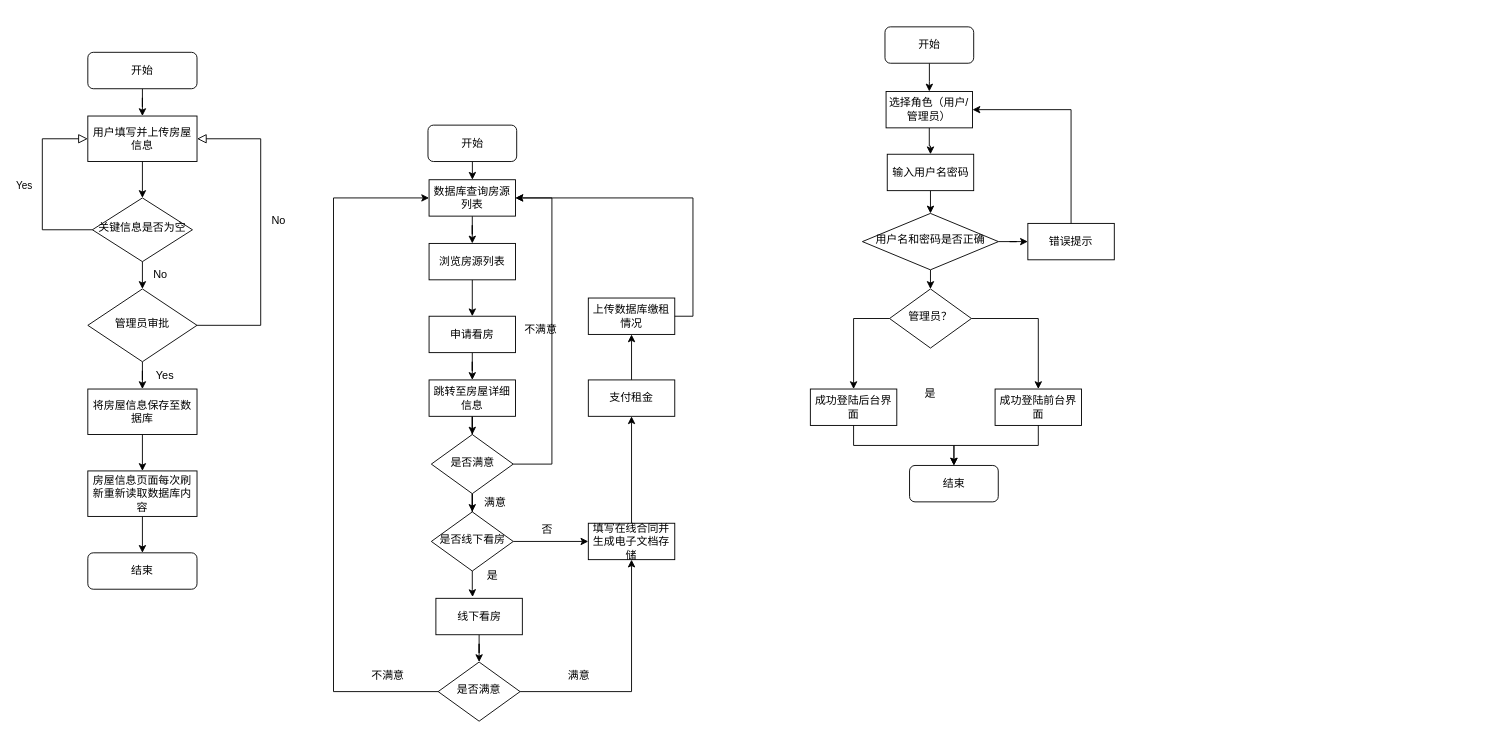
Before: views/未命名绘图.drawio in waittinging/ceshi, a draw.io diagram. Source tidied: cells renumbered, new cells numbered last; positions are measured from the earlier drawing's top-left corner, leaving out a move shared by most shapes. Both pictures are drawn from the tidied source at 91%, with x=0, y=0 at pixel (42, 26).
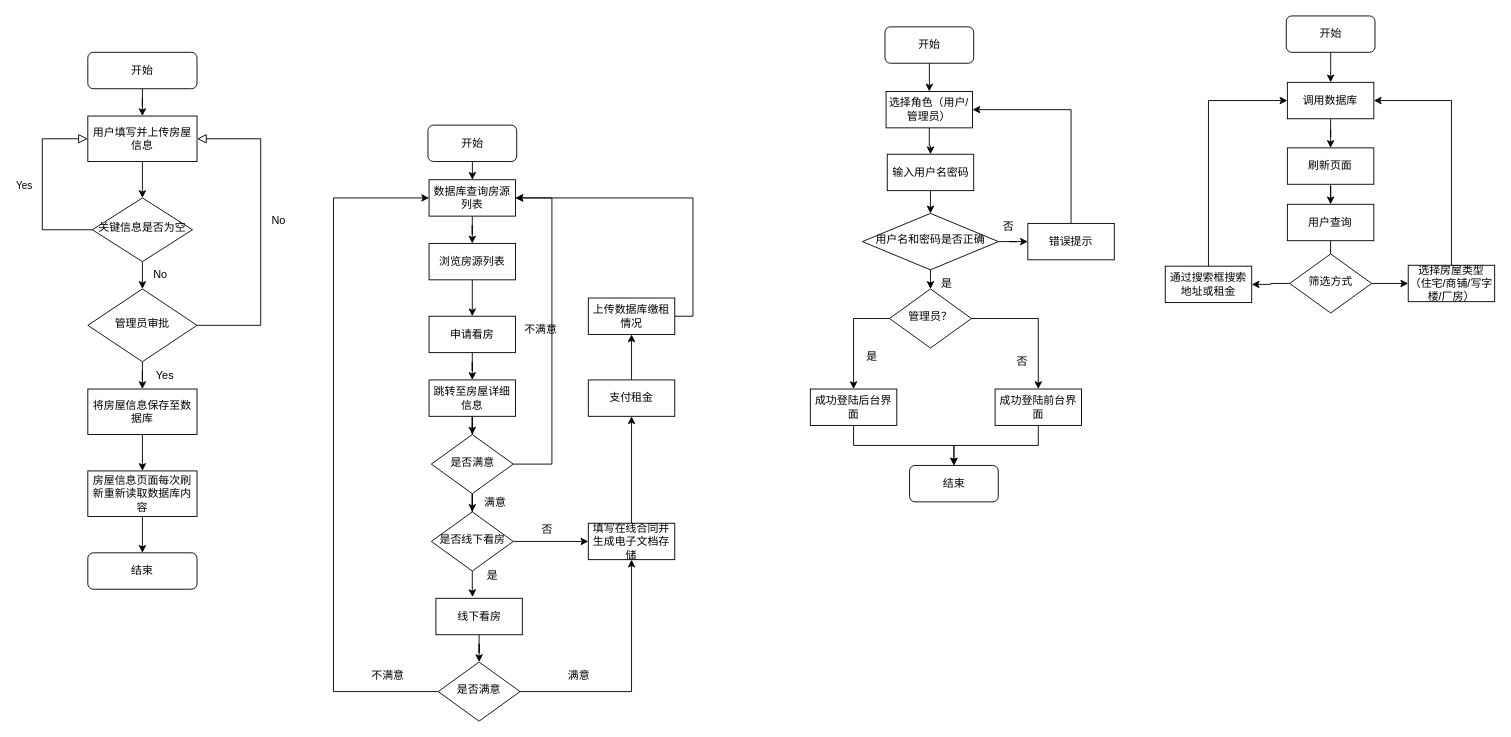
The same diagram, later.

Commit message (it also covers changes not shown here):
更新未命名绘图.drawio

Diff of the diagram source:
```diff
@@
     <mxCell id="72" value="是" style="text;strokeColor=none;align=center;fillColor=none;html=1;verticalAlign=middle;whiteSpace=wrap;rounded=0;" parent="1" vertex="1">
-      <mxGeometry x="946" y="388" width="60" height="30" as="geometry" />
+      <mxGeometry x="882" y="348" width="60" height="30" as="geometry" />
     </mxCell>
+    <mxCell id="73" value="否" style="text;strokeColor=none;align=center;fillColor=none;html=1;verticalAlign=middle;whiteSpace=wrap;rounded=0;" parent="1" vertex="1">
+      <mxGeometry x="1047" y="353" width="60" height="30" as="geometry" />
+    </mxCell>
+    <mxCell id="74" value="否" style="text;strokeColor=none;align=center;fillColor=none;html=1;verticalAlign=middle;whiteSpace=wrap;rounded=0;" parent="1" vertex="1">
+      <mxGeometry x="1032" y="205" width="60" height="30" as="geometry" />
+    </mxCell>
+    <mxCell id="75" value="是" style="text;strokeColor=none;align=center;fillColor=none;html=1;verticalAlign=middle;whiteSpace=wrap;rounded=0;" parent="1" vertex="1">
+      <mxGeometry x="963.5" y="267" width="60" height="30" as="geometry" />
+    </mxCell>
+    <mxCell id="76" style="edgeStyle=orthogonalEdgeStyle;rounded=0;jettySize=auto;html=1;entryX=0.5;entryY=0;entryDx=0;entryDy=0;" parent="1" edge="1" source="77" target="79">
+      <mxGeometry relative="1" as="geometry" />
+    </mxCell>
+    <mxCell id="77" value="开始" style="rounded=1;whiteSpace=wrap;html=1;fontSize=12;glass=0;strokeWidth=1;shadow=0;" parent="1" vertex="1">
+      <mxGeometry x="1367" y="-12" width="97.5" height="40" as="geometry" />
+    </mxCell>
+    <mxCell id="78" style="edgeStyle=orthogonalEdgeStyle;rounded=0;jettySize=auto;html=1;entryX=0.5;entryY=0;entryDx=0;entryDy=0;" parent="1" edge="1" source="79" target="81">
+      <mxGeometry relative="1" as="geometry" />
+    </mxCell>
+    <mxCell id="79" value="调用数据库" style="rounded=0;whiteSpace=wrap;html=1;" parent="1" vertex="1">
+      <mxGeometry x="1368.2" y="61" width="95" height="40" as="geometry" />
+    </mxCell>
+    <mxCell id="80" style="edgeStyle=orthogonalEdgeStyle;rounded=0;jettySize=auto;html=1;" parent="1" edge="1" source="88" target="84">
+      <mxGeometry relative="1" as="geometry" />
+    </mxCell>
+    <mxCell id="81" value="刷新页面" style="rounded=0;whiteSpace=wrap;html=1;" parent="1" vertex="1">
+      <mxGeometry x="1368.2" y="133" width="95" height="40" as="geometry" />
+    </mxCell>
+    <mxCell id="82" style="edgeStyle=orthogonalEdgeStyle;rounded=0;jettySize=auto;html=1;" parent="1" edge="1" source="84" target="85">
+      <mxGeometry relative="1" as="geometry" />
+    </mxCell>
+    <mxCell id="83" style="edgeStyle=orthogonalEdgeStyle;rounded=0;jettySize=auto;html=1;" parent="1" edge="1" source="84" target="86">
+      <mxGeometry relative="1" as="geometry" />
+    </mxCell>
+    <mxCell id="84" value="筛选方式" style="rhombus;whiteSpace=wrap;html=1;shadow=0;fontFamily=Helvetica;fontSize=12;align=center;strokeWidth=1;spacing=6;spacingTop=-4;" parent="1" vertex="1">
+      <mxGeometry x="1370.8" y="249.5" width="90" height="65" as="geometry" />
+    </mxCell>
+    <mxCell id="85" value="通过搜索框搜索地址或租金" style="rounded=0;whiteSpace=wrap;html=1;" parent="1" vertex="1">
+      <mxGeometry x="1234" y="263" width="95" height="40" as="geometry" />
+    </mxCell>
+    <mxCell id="86" value="选择房屋类型（住宅/商铺/写字楼/厂房）" style="rounded=0;whiteSpace=wrap;html=1;" parent="1" vertex="1">
+      <mxGeometry x="1501" y="262" width="95" height="40" as="geometry" />
+    </mxCell>
+    <mxCell id="87" style="edgeStyle=orthogonalEdgeStyle;rounded=0;jettySize=auto;html=1;" parent="1" edge="1" source="81" target="88">
+      <mxGeometry relative="1" as="geometry" />
+    </mxCell>
+    <mxCell id="88" value="用户查询" style="rounded=0;whiteSpace=wrap;html=1;" parent="1" vertex="1">
+      <mxGeometry x="1368.2" y="195" width="95" height="40" as="geometry" />
+    </mxCell>
+    <mxCell id="89" style="edgeStyle=orthogonalEdgeStyle;rounded=0;jettySize=auto;html=1;exitX=0.5;exitY=0;exitDx=0;exitDy=0;entryX=0;entryY=0.5;entryDx=0;entryDy=0;" parent="1" edge="1" source="85" target="79">
+      <mxGeometry relative="1" as="geometry" />
+    </mxCell>
+    <mxCell id="90" style="edgeStyle=orthogonalEdgeStyle;rounded=0;jettySize=auto;html=1;exitX=0.5;exitY=0;exitDx=0;exitDy=0;entryX=1;entryY=0.5;entryDx=0;entryDy=0;" parent="1" edge="1" source="86" target="79">
+      <mxGeometry relative="1" as="geometry" />
+    </mxCell>
```
